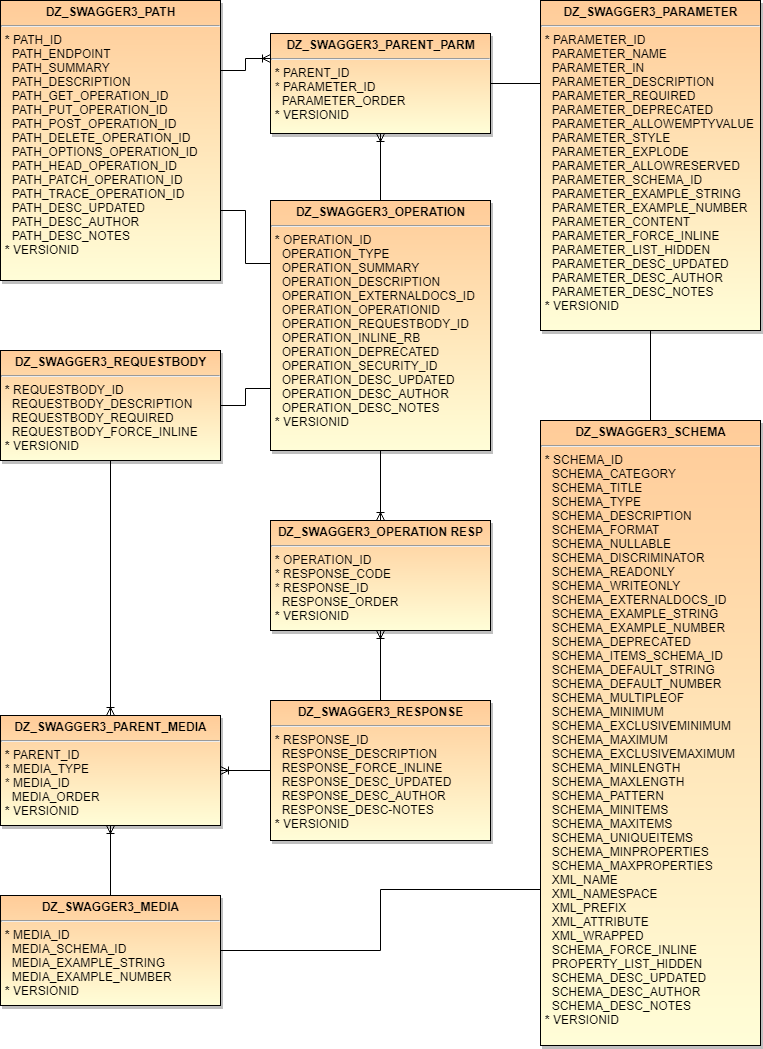
The draw.io diagram Doc/ERD2.png in pauldzy/DZ_SWAGGER3, before a commit. Source tidied: cells renumbered, new cells last; positions are measured from the earlier drawing's top-left corner, leaving out a move shared by most shapes.
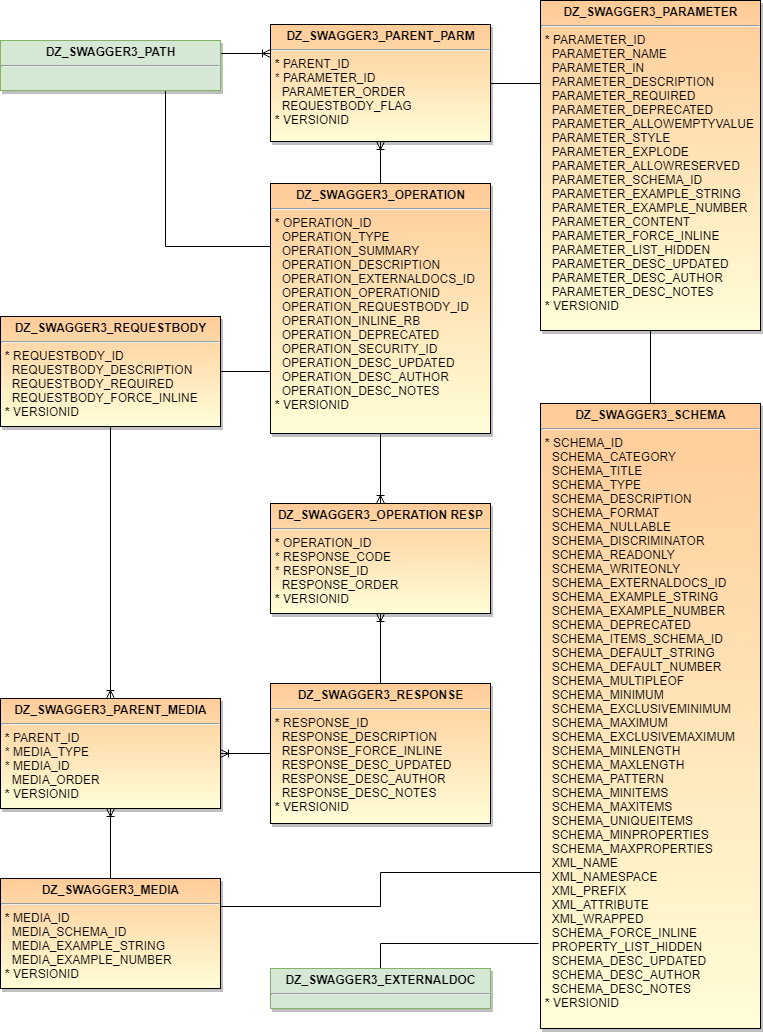
The same diagram one commit later.

Change to the diagram source:
```diff
@@ -5,11 +5,11 @@
     <mxCell id="2" style="edgeStyle=orthogonalEdgeStyle;rounded=0;html=1;exitX=1;exitY=0.25;entryX=0;entryY=0.25;jettySize=auto;endArrow=ERoneToMany;endFill=0;" parent="1" edge="1" source="4" target="10">
       <mxGeometry relative="1" as="geometry" />
     </mxCell>
-    <mxCell id="3" style="edgeStyle=orthogonalEdgeStyle;rounded=0;html=1;exitX=1;exitY=0.75;entryX=0;entryY=0.25;startArrow=none;startFill=0;endArrow=none;endFill=0;jettySize=auto;" parent="1" edge="1" source="4" target="8">
+    <mxCell id="3" style="edgeStyle=orthogonalEdgeStyle;rounded=0;html=1;exitX=0.75;exitY=1;entryX=0;entryY=0.25;startArrow=none;startFill=0;endArrow=none;endFill=0;jettySize=auto;exitDx=0;exitDy=0;" parent="1" edge="1" source="4" target="8">
       <mxGeometry relative="1" as="geometry" />
     </mxCell>
-    <mxCell id="4" value="&lt;p style=&quot;margin: 0px ; margin-top: 4px ; text-align: center&quot;&gt;&lt;strong&gt;DZ_SWAGGER3_PATH&lt;/strong&gt;&lt;/p&gt;&lt;hr&gt;&lt;p style=&quot;margin: 0px ; margin-left: 4px&quot;&gt;&lt;b&gt;*&lt;/b&gt; PATH_ID&lt;/p&gt;&lt;p style=&quot;margin: 0px ; margin-left: 4px&quot;&gt;&amp;nbsp; PATH_ENDPOINT&lt;/p&gt;&lt;p style=&quot;margin: 0px ; margin-left: 4px&quot;&gt;&amp;nbsp;&amp;nbsp;&lt;span&gt;PATH_SUMMARY&lt;/span&gt;&lt;/p&gt;&lt;p style=&quot;margin: 0px ; margin-left: 4px&quot;&gt;&amp;nbsp; PATH_DESCRIPTION&lt;/p&gt;&lt;p style=&quot;margin: 0px ; margin-left: 4px&quot;&gt;&amp;nbsp; PATH_GET_OPERATION_ID&lt;/p&gt;&lt;p style=&quot;margin: 0px ; margin-left: 4px&quot;&gt;&amp;nbsp; PATH_PUT_OPERATION_ID&lt;/p&gt;&lt;p style=&quot;margin: 0px ; margin-left: 4px&quot;&gt;&amp;nbsp; PATH_POST_OPERATION_ID&lt;/p&gt;&lt;p style=&quot;margin: 0px ; margin-left: 4px&quot;&gt;&amp;nbsp; PATH_DELETE_OPERATION_ID&lt;/p&gt;&lt;p style=&quot;margin: 0px ; margin-left: 4px&quot;&gt;&amp;nbsp; PATH_OPTIONS_OPERATION_ID&lt;/p&gt;&lt;p style=&quot;margin: 0px ; margin-left: 4px&quot;&gt;&amp;nbsp; PATH_HEAD_OPERATION_ID&lt;/p&gt;&lt;p style=&quot;margin: 0px ; margin-left: 4px&quot;&gt;&amp;nbsp; PATH_PATCH_OPERATION_ID&lt;/p&gt;&lt;p style=&quot;margin: 0px ; margin-left: 4px&quot;&gt;&amp;nbsp; PATH_TRACE_OPERATION_ID&lt;/p&gt;&lt;p style=&quot;margin: 0px ; margin-left: 4px&quot;&gt;&amp;nbsp; PATH&lt;span&gt;_DESC_UPDATED&lt;/span&gt;&lt;/p&gt;&lt;p style=&quot;margin: 0px ; margin-left: 4px&quot;&gt;&amp;nbsp; PATH_DESC_AUTHOR&lt;/p&gt;&lt;p style=&quot;margin: 0px ; margin-left: 4px&quot;&gt;&amp;nbsp; PATH_DESC_NOTES&lt;/p&gt;&lt;p style=&quot;margin: 0px ; margin-left: 4px&quot;&gt;&lt;b&gt;*&lt;/b&gt; VERSIONID&lt;/p&gt;" style="shadow=1;fillColor=#FFCC99;gradientColor=#FFFED8;verticalAlign=top;align=left;overflow=fill;fontSize=12;fontFamily=Helvetica;html=1;" parent="1" vertex="1">
-      <mxGeometry width="220" height="280" as="geometry" />
+    <mxCell id="4" value="&lt;p style=&quot;margin: 0px ; margin-top: 4px ; text-align: center&quot;&gt;&lt;strong&gt;DZ_SWAGGER3_PATH&lt;/strong&gt;&lt;/p&gt;&lt;hr&gt;&lt;p style=&quot;margin: 0px ; margin-left: 4px&quot;&gt;&lt;br&gt;&lt;/p&gt;" style="shadow=1;fillColor=#d5e8d4;verticalAlign=top;align=left;overflow=fill;fontSize=12;fontFamily=Helvetica;html=1;strokeColor=#82b366;" parent="1" vertex="1">
+      <mxGeometry y="57" width="220" height="50" as="geometry" />
     </mxCell>
     <mxCell id="5" style="edgeStyle=orthogonalEdgeStyle;rounded=0;html=1;exitX=0.5;exitY=0;entryX=0.5;entryY=1;endArrow=ERoneToMany;endFill=0;jettySize=auto;startArrow=none;startFill=0;" parent="1" edge="1" source="8" target="10">
       <mxGeometry relative="1" as="geometry" />
@@ -26,20 +26,20 @@
     <mxCell id="9" style="edgeStyle=orthogonalEdgeStyle;rounded=0;html=1;exitX=1;exitY=0.5;entryX=0;entryY=0.25;endArrow=none;endFill=0;jettySize=auto;" parent="1" edge="1" source="10" target="12">
       <mxGeometry relative="1" as="geometry" />
     </mxCell>
-    <mxCell id="10" value="&lt;p style=&quot;margin: 0px ; margin-top: 4px ; text-align: center&quot;&gt;&lt;strong&gt;DZ_SWAGGER3_PARENT_PARM&lt;/strong&gt;&lt;/p&gt;&lt;hr&gt;&lt;p style=&quot;margin: 0px ; margin-left: 4px&quot;&gt;&lt;b&gt;*&lt;/b&gt;&amp;nbsp;PARENT_ID&lt;/p&gt;&lt;p style=&quot;margin: 0px ; margin-left: 4px&quot;&gt;* PARAMETER_ID&lt;/p&gt;&lt;p style=&quot;margin: 0px ; margin-left: 4px&quot;&gt;&amp;nbsp; PARAMETER_ORDER&lt;/p&gt;&lt;p style=&quot;margin: 0px ; margin-left: 4px&quot;&gt;&lt;b&gt;*&lt;/b&gt;&lt;span&gt; VERSIONID&lt;/span&gt;&lt;/p&gt;" style="shadow=1;fillColor=#FFCC99;gradientColor=#FFFED8;verticalAlign=top;align=left;overflow=fill;fontSize=12;fontFamily=Helvetica;html=1;" parent="1" vertex="1">
-      <mxGeometry x="270" y="33" width="220" height="100" as="geometry" />
+    <mxCell id="10" value="&lt;p style=&quot;margin: 0px ; margin-top: 4px ; text-align: center&quot;&gt;&lt;strong&gt;DZ_SWAGGER3_PARENT_PARM&lt;/strong&gt;&lt;/p&gt;&lt;hr&gt;&lt;p style=&quot;margin: 0px ; margin-left: 4px&quot;&gt;&lt;b&gt;*&lt;/b&gt;&amp;nbsp;PARENT_ID&lt;/p&gt;&lt;p style=&quot;margin: 0px ; margin-left: 4px&quot;&gt;* PARAMETER_ID&lt;/p&gt;&lt;p style=&quot;margin: 0px ; margin-left: 4px&quot;&gt;&amp;nbsp; PARAMETER_ORDER&lt;/p&gt;&lt;p style=&quot;margin: 0px ; margin-left: 4px&quot;&gt;&amp;nbsp; REQUESTBODY_FLAG&lt;/p&gt;&lt;p style=&quot;margin: 0px ; margin-left: 4px&quot;&gt;&lt;b&gt;*&lt;/b&gt;&lt;span&gt; VERSIONID&lt;/span&gt;&lt;/p&gt;" style="shadow=1;fillColor=#FFCC99;gradientColor=#FFFED8;verticalAlign=top;align=left;overflow=fill;fontSize=12;fontFamily=Helvetica;html=1;" parent="1" vertex="1">
+      <mxGeometry x="270" y="41" width="220" height="117" as="geometry" />
     </mxCell>
     <mxCell id="11" style="edgeStyle=orthogonalEdgeStyle;rounded=0;html=1;exitX=0.5;exitY=1;entryX=0.5;entryY=0;startArrow=none;startFill=0;endArrow=none;endFill=0;jettySize=auto;" parent="1" edge="1" source="12" target="19">
       <mxGeometry relative="1" as="geometry" />
     </mxCell>
     <mxCell id="12" value="&lt;p style=&quot;margin: 0px ; margin-top: 4px ; text-align: center&quot;&gt;&lt;strong&gt;DZ_SWAGGER3_PARAMETER&lt;/strong&gt;&lt;/p&gt;&lt;hr&gt;&lt;p style=&quot;margin: 0px ; margin-left: 4px&quot;&gt;&lt;b&gt;*&lt;/b&gt;&amp;nbsp;&lt;span&gt;PARAMETER_ID&lt;/span&gt;&lt;/p&gt;&lt;p style=&quot;margin: 0px ; margin-left: 4px&quot;&gt;&lt;span&gt;&amp;nbsp; PARAMETER_NAME&lt;/span&gt;&lt;/p&gt;&lt;p style=&quot;margin: 0px ; margin-left: 4px&quot;&gt;&lt;span&gt;&amp;nbsp; PARAMETER_IN&lt;/span&gt;&lt;br&gt;&lt;/p&gt;&lt;p style=&quot;margin: 0px ; margin-left: 4px&quot;&gt;&lt;span&gt;&amp;nbsp; PARAMETER_DESCRIPTION&lt;/span&gt;&lt;/p&gt;&lt;p style=&quot;margin: 0px ; margin-left: 4px&quot;&gt;&lt;span&gt;&amp;nbsp; PARAMETER_REQUIRED&lt;/span&gt;&lt;/p&gt;&lt;p style=&quot;margin: 0px ; margin-left: 4px&quot;&gt;&lt;span&gt;&amp;nbsp; PARAMETER_DEPRECATED&lt;/span&gt;&lt;/p&gt;&lt;p style=&quot;margin: 0px ; margin-left: 4px&quot;&gt;&lt;span&gt;&amp;nbsp; PARAMETER_ALLOWEMPTYVALUE&lt;/span&gt;&lt;/p&gt;&lt;p style=&quot;margin: 0px ; margin-left: 4px&quot;&gt;&lt;span&gt;&amp;nbsp; PARAMETER_STYLE&lt;/span&gt;&lt;/p&gt;&lt;p style=&quot;margin: 0px ; margin-left: 4px&quot;&gt;&lt;span&gt;&amp;nbsp; PARAMETER_EXPLODE&lt;/span&gt;&lt;/p&gt;&lt;p style=&quot;margin: 0px ; margin-left: 4px&quot;&gt;&lt;span&gt;&amp;nbsp; PARAMETER_ALLOWRESERVED&lt;/span&gt;&lt;/p&gt;&lt;p style=&quot;margin: 0px ; margin-left: 4px&quot;&gt;&lt;span&gt;&amp;nbsp; PARAMETER_SCHEMA_ID&lt;/span&gt;&lt;/p&gt;&lt;p style=&quot;margin: 0px ; margin-left: 4px&quot;&gt;&lt;span&gt;&amp;nbsp; PARAMETER_EXAMPLE_STRING&lt;/span&gt;&lt;/p&gt;&lt;p style=&quot;margin: 0px ; margin-left: 4px&quot;&gt;&lt;span&gt;&amp;nbsp; PARAMETER_EXAMPLE_NUMBER&lt;/span&gt;&lt;/p&gt;&lt;p style=&quot;margin: 0px ; margin-left: 4px&quot;&gt;&lt;span&gt;&amp;nbsp; PARAMETER_CONTENT&lt;/span&gt;&lt;/p&gt;&lt;p style=&quot;margin: 0px ; margin-left: 4px&quot;&gt;&lt;span&gt;&amp;nbsp; PARAMETER_FORCE_INLINE&lt;/span&gt;&lt;/p&gt;&lt;p style=&quot;margin: 0px ; margin-left: 4px&quot;&gt;&lt;span&gt;&amp;nbsp; PARAMETER_LIST_HIDDEN&lt;/span&gt;&lt;/p&gt;&lt;p style=&quot;margin: 0px ; margin-left: 4px&quot;&gt;&amp;nbsp; PARAMETER_DESC_UPDATED&lt;/p&gt;&lt;p style=&quot;margin: 0px ; margin-left: 4px&quot;&gt;&amp;nbsp; PARAMETER_DESC_AUTHOR&lt;/p&gt;&lt;p style=&quot;margin: 0px ; margin-left: 4px&quot;&gt;&amp;nbsp; PARAMETER_DESC_NOTES&lt;/p&gt;&lt;p style=&quot;margin: 0px ; margin-left: 4px&quot;&gt;&lt;b&gt;*&lt;/b&gt; VERSIONID&lt;/p&gt;" style="shadow=1;fillColor=#FFCC99;gradientColor=#FFFED8;verticalAlign=top;align=left;overflow=fill;fontSize=12;fontFamily=Helvetica;html=1;" parent="1" vertex="1">
-      <mxGeometry x="540" width="220" height="330" as="geometry" />
+      <mxGeometry x="540" y="17" width="220" height="330" as="geometry" />
     </mxCell>
     <mxCell id="13" style="edgeStyle=orthogonalEdgeStyle;rounded=0;html=1;exitX=0.5;exitY=1;entryX=0.5;entryY=0;startArrow=none;startFill=0;endArrow=ERoneToMany;endFill=0;jettySize=auto;" parent="1" edge="1" source="14" target="16">
       <mxGeometry relative="1" as="geometry" />
     </mxCell>
     <mxCell id="14" value="&lt;p style=&quot;margin: 0px ; margin-top: 4px ; text-align: center&quot;&gt;&lt;strong&gt;DZ_SWAGGER3_REQUESTBODY&lt;/strong&gt;&lt;/p&gt;&lt;hr&gt;&lt;p style=&quot;margin: 0px ; margin-left: 4px&quot;&gt;&lt;b&gt;*&lt;/b&gt;&amp;nbsp;REQUESTBODY_ID&lt;/p&gt;&lt;p style=&quot;margin: 0px ; margin-left: 4px&quot;&gt;&amp;nbsp; REQUESTBODY_DESCRIPTION&lt;/p&gt;&lt;p style=&quot;margin: 0px ; margin-left: 4px&quot;&gt;&amp;nbsp; REQUESTBODY_REQUIRED&lt;/p&gt;&lt;p style=&quot;margin: 0px ; margin-left: 4px&quot;&gt;&amp;nbsp; REQUESTBODY_FORCE_INLINE&lt;/p&gt;&lt;p style=&quot;margin: 0px ; margin-left: 4px&quot;&gt;&lt;b&gt;*&lt;/b&gt;&lt;span&gt; VERSIONID&lt;/span&gt;&lt;/p&gt;" style="shadow=1;fillColor=#FFCC99;gradientColor=#FFFED8;verticalAlign=top;align=left;overflow=fill;fontSize=12;fontFamily=Helvetica;html=1;" parent="1" vertex="1">
-      <mxGeometry y="350" width="220" height="110" as="geometry" />
+      <mxGeometry y="333" width="220" height="110" as="geometry" />
     </mxCell>
     <mxCell id="15" style="edgeStyle=orthogonalEdgeStyle;rounded=0;html=1;exitX=0.5;exitY=1;startArrow=ERoneToMany;startFill=0;endArrow=none;endFill=0;jettySize=auto;" parent="1" edge="1" source="16" target="18">
       <mxGeometry relative="1" as="geometry" />
@@ -47,7 +47,7 @@
     <mxCell id="16" value="&lt;p style=&quot;margin: 0px ; margin-top: 4px ; text-align: center&quot;&gt;&lt;strong&gt;DZ_SWAGGER3_PARENT_MEDIA&lt;/strong&gt;&lt;/p&gt;&lt;hr&gt;&lt;p style=&quot;margin: 0px ; margin-left: 4px&quot;&gt;&lt;b&gt;*&lt;/b&gt;&amp;nbsp;PARENT_ID&lt;/p&gt;&lt;p style=&quot;margin: 0px ; margin-left: 4px&quot;&gt;* MEDIA_TYPE&lt;/p&gt;&lt;p style=&quot;margin: 0px ; margin-left: 4px&quot;&gt;* MEDIA_ID&lt;/p&gt;&lt;p style=&quot;margin: 0px ; margin-left: 4px&quot;&gt;&amp;nbsp; MEDIA_ORDER&lt;/p&gt;&lt;p style=&quot;margin: 0px ; margin-left: 4px&quot;&gt;&lt;b&gt;*&lt;/b&gt;&lt;span&gt; VERSIONID&lt;/span&gt;&lt;/p&gt;" style="shadow=1;fillColor=#FFCC99;gradientColor=#FFFED8;verticalAlign=top;align=left;overflow=fill;fontSize=12;fontFamily=Helvetica;html=1;" parent="1" vertex="1">
       <mxGeometry y="715" width="220" height="110" as="geometry" />
     </mxCell>
-    <mxCell id="17" style="edgeStyle=orthogonalEdgeStyle;rounded=0;html=1;exitX=1;exitY=0.5;entryX=0;entryY=0.75;startArrow=none;startFill=0;endArrow=none;endFill=0;jettySize=auto;" parent="1" edge="1" source="18" target="19">
+    <mxCell id="17" style="edgeStyle=orthogonalEdgeStyle;rounded=0;html=1;exitX=1;exitY=0.25;entryX=0;entryY=0.75;startArrow=none;startFill=0;endArrow=none;endFill=0;jettySize=auto;exitDx=0;exitDy=0;" parent="1" edge="1" source="18" target="19">
       <mxGeometry relative="1" as="geometry" />
     </mxCell>
     <mxCell id="18" value="&lt;p style=&quot;margin: 0px ; margin-top: 4px ; text-align: center&quot;&gt;&lt;strong&gt;DZ_SWAGGER3_MEDIA&lt;/strong&gt;&lt;/p&gt;&lt;hr&gt;&lt;p style=&quot;margin: 0px ; margin-left: 4px&quot;&gt;&lt;b&gt;*&lt;/b&gt;&amp;nbsp;MEDIA_ID&lt;/p&gt;&lt;p style=&quot;margin: 0px ; margin-left: 4px&quot;&gt;&amp;nbsp; MEDIA_SCHEMA_ID&lt;/p&gt;&lt;p style=&quot;margin: 0px ; margin-left: 4px&quot;&gt;&amp;nbsp; MEDIA_EXAMPLE_STRING&lt;/p&gt;&lt;p style=&quot;margin: 0px ; margin-left: 4px&quot;&gt;&amp;nbsp; MEDIA_EXAMPLE_NUMBER&lt;/p&gt;&lt;p style=&quot;margin: 0px ; margin-left: 4px&quot;&gt;&lt;b&gt;*&lt;/b&gt;&lt;span&gt; VERSIONID&lt;/span&gt;&lt;/p&gt;" style="shadow=1;fillColor=#FFCC99;gradientColor=#FFFED8;verticalAlign=top;align=left;overflow=fill;fontSize=12;fontFamily=Helvetica;html=1;" parent="1" vertex="1">
@@ -65,8 +65,14 @@
     <mxCell id="22" style="edgeStyle=orthogonalEdgeStyle;rounded=0;html=1;exitX=0;exitY=0.5;entryX=1;entryY=0.5;startArrow=none;startFill=0;endArrow=ERoneToMany;endFill=0;jettySize=auto;" parent="1" edge="1" source="23" target="16">
       <mxGeometry relative="1" as="geometry" />
     </mxCell>
-    <mxCell id="23" value="&lt;p style=&quot;margin: 0px ; margin-top: 4px ; text-align: center&quot;&gt;&lt;strong&gt;DZ_SWAGGER3_RESPONSE&lt;/strong&gt;&lt;/p&gt;&lt;hr&gt;&lt;p style=&quot;margin: 0px ; margin-left: 4px&quot;&gt;&lt;b&gt;*&lt;/b&gt;&amp;nbsp;RESPONSE_ID&lt;/p&gt;&lt;p style=&quot;margin: 0px ; margin-left: 4px&quot;&gt;&amp;nbsp; RESPONSE_DESCRIPTION&lt;/p&gt;&lt;p style=&quot;margin: 0px ; margin-left: 4px&quot;&gt;&amp;nbsp; RESPONSE_FORCE_INLINE&lt;/p&gt;&lt;p style=&quot;margin: 0px ; margin-left: 4px&quot;&gt;&amp;nbsp; RESPONSE_DESC_UPDATED&lt;/p&gt;&lt;p style=&quot;margin: 0px ; margin-left: 4px&quot;&gt;&amp;nbsp; RESPONSE_DESC_AUTHOR&lt;/p&gt;&lt;p style=&quot;margin: 0px ; margin-left: 4px&quot;&gt;&amp;nbsp; RESPONSE_DESC-NOTES&lt;/p&gt;&lt;p style=&quot;margin: 0px ; margin-left: 4px&quot;&gt;&lt;b&gt;*&lt;/b&gt;&lt;span&gt; VERSIONID&lt;/span&gt;&lt;/p&gt;" style="shadow=1;fillColor=#FFCC99;gradientColor=#FFFED8;verticalAlign=top;align=left;overflow=fill;fontSize=12;fontFamily=Helvetica;html=1;" parent="1" vertex="1">
+    <mxCell id="23" value="&lt;p style=&quot;margin: 0px ; margin-top: 4px ; text-align: center&quot;&gt;&lt;strong&gt;DZ_SWAGGER3_RESPONSE&lt;/strong&gt;&lt;/p&gt;&lt;hr&gt;&lt;p style=&quot;margin: 0px ; margin-left: 4px&quot;&gt;&lt;b&gt;*&lt;/b&gt;&amp;nbsp;RESPONSE_ID&lt;/p&gt;&lt;p style=&quot;margin: 0px ; margin-left: 4px&quot;&gt;&amp;nbsp; RESPONSE_DESCRIPTION&lt;/p&gt;&lt;p style=&quot;margin: 0px ; margin-left: 4px&quot;&gt;&amp;nbsp; RESPONSE_FORCE_INLINE&lt;/p&gt;&lt;p style=&quot;margin: 0px ; margin-left: 4px&quot;&gt;&amp;nbsp; RESPONSE_DESC_UPDATED&lt;/p&gt;&lt;p style=&quot;margin: 0px ; margin-left: 4px&quot;&gt;&amp;nbsp; RESPONSE_DESC_AUTHOR&lt;/p&gt;&lt;p style=&quot;margin: 0px ; margin-left: 4px&quot;&gt;&amp;nbsp; RESPONSE_DESC_NOTES&lt;/p&gt;&lt;p style=&quot;margin: 0px ; margin-left: 4px&quot;&gt;&lt;b&gt;*&lt;/b&gt;&lt;span&gt; VERSIONID&lt;/span&gt;&lt;/p&gt;" style="shadow=1;fillColor=#FFCC99;gradientColor=#FFFED8;verticalAlign=top;align=left;overflow=fill;fontSize=12;fontFamily=Helvetica;html=1;" parent="1" vertex="1">
       <mxGeometry x="270" y="700" width="220" height="140" as="geometry" />
     </mxCell>
+    <mxCell id="24" style="edgeStyle=orthogonalEdgeStyle;rounded=0;jettySize=auto;html=1;exitX=0.5;exitY=0;exitDx=0;exitDy=0;entryX=-0.009;entryY=0.864;entryDx=0;entryDy=0;entryPerimeter=0;endArrow=none;endFill=0;" parent="1" edge="1" source="25" target="19">
+      <mxGeometry relative="1" as="geometry" />
+    </mxCell>
+    <mxCell id="25" value="&lt;p style=&quot;margin: 0px ; margin-top: 4px ; text-align: center&quot;&gt;&lt;strong&gt;DZ_SWAGGER3_EXTERNALDOC&lt;/strong&gt;&lt;/p&gt;&lt;hr&gt;&lt;p style=&quot;margin: 0px ; margin-left: 4px&quot;&gt;&lt;br&gt;&lt;/p&gt;" style="shadow=1;fillColor=#d5e8d4;verticalAlign=top;align=left;overflow=fill;fontSize=12;fontFamily=Helvetica;html=1;strokeColor=#82b366;" parent="1" vertex="1">
+      <mxGeometry x="270" y="985" width="220" height="40" as="geometry" />
+    </mxCell>
   </root>
 </mxGraphModel>
```
